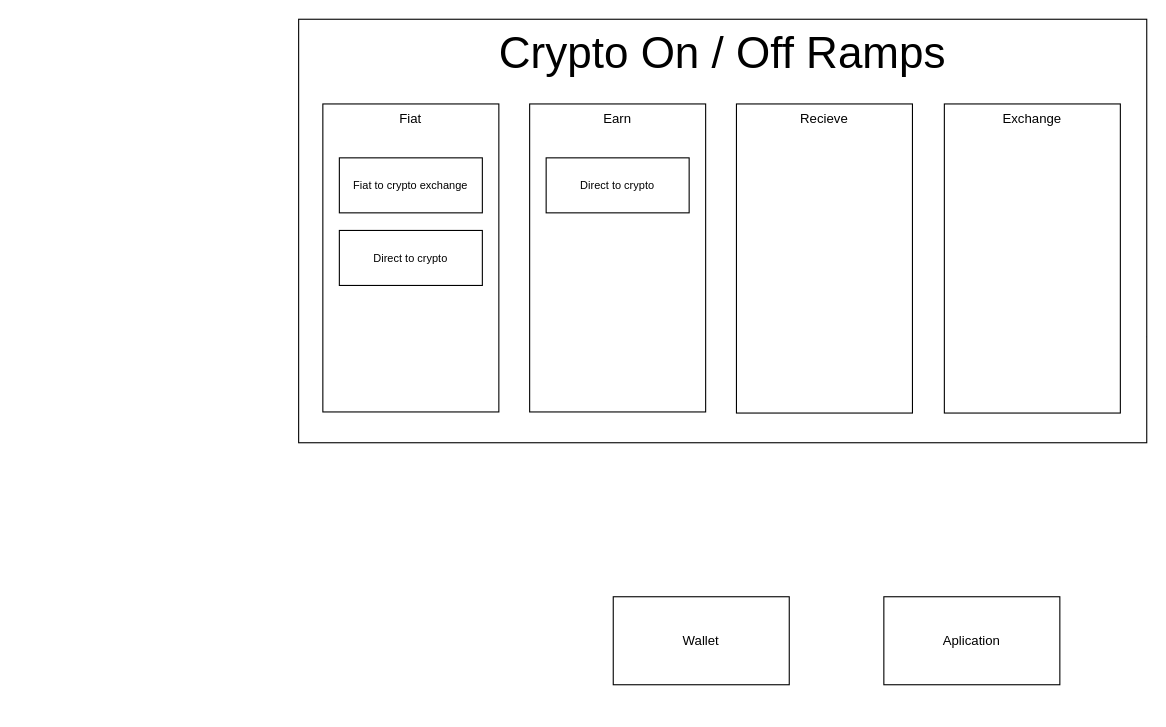
PhoenixGreen/flowcharts keeps this draw.io diagram as Crypto Diagram.drawio. Above is the earlier version. Source tidied: cells renumbered, new cells numbered last; positions are measured from the earlier drawing's top-left corner, leaving out a move shared by most shapes. Both pictures are drawn from the tidied source at 110%, with x=0, y=0 at pixel (298, 19).
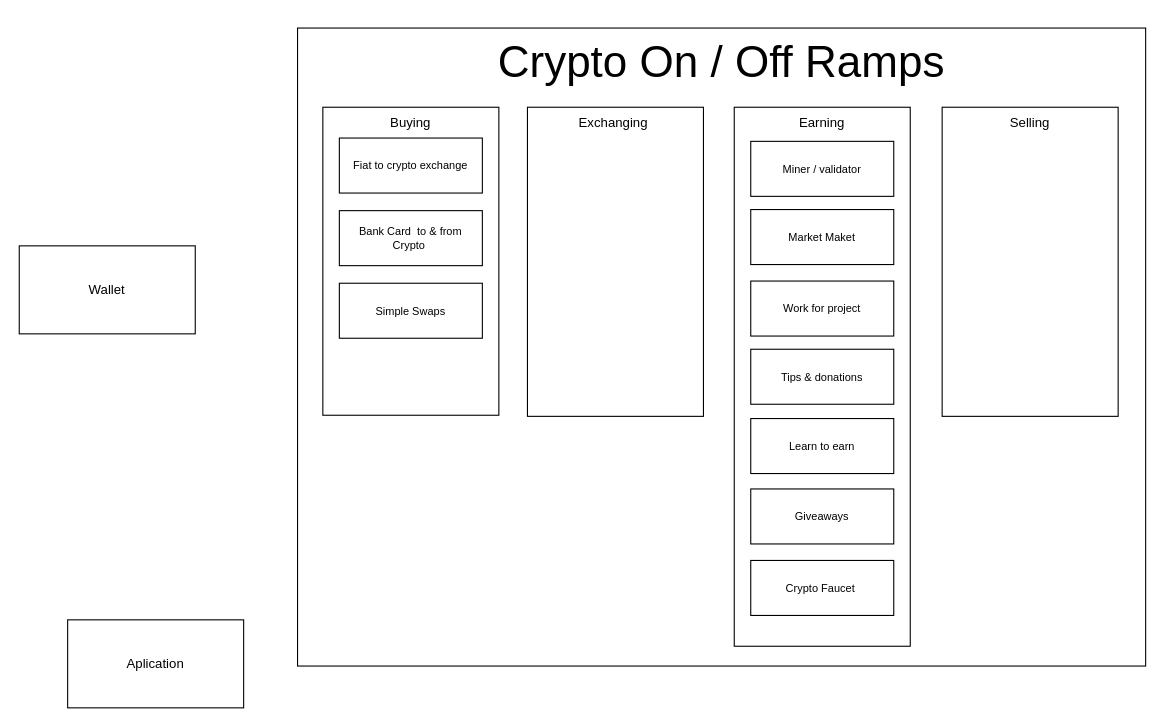
Above is the later version.

Diff of the diagram source:
```diff
@@
     <mxCell id="2" value="Wallet" style="rounded=0;whiteSpace=wrap;html=1;" parent="1" vertex="1">
-      <mxGeometry x="286" y="525" width="160" height="80" as="geometry" />
+      <mxGeometry x="-254" y="206" width="160" height="80" as="geometry" />
     </mxCell>
     <mxCell id="3" value="Aplication" style="rounded=0;whiteSpace=wrap;html=1;" parent="1" vertex="1">
-      <mxGeometry x="532" y="525" width="160" height="80" as="geometry" />
+      <mxGeometry x="-210" y="546" width="160" height="80" as="geometry" />
     </mxCell>
-    <mxCell id="4" style="edgeStyle=none;curved=1;rounded=0;jettySize=auto;html=1;fontSize=12;startSize=8;endSize=8;exitX=1;exitY=0.75;exitDx=0;exitDy=0;endArrow=none;startFill=0;" parent="1" edge="1" source="5" target="8">
-      <mxGeometry relative="1" as="geometry" />
+    <mxCell id="4" style="edgeStyle=none;curved=1;rounded=0;jettySize=auto;html=1;fontSize=12;startSize=8;endSize=8;exitX=1;exitY=0.75;exitDx=0;exitDy=0;endArrow=none;startFill=0;" parent="1" edge="1" source="5">
+      <mxGeometry relative="1" as="geometry">
+        <mxPoint x="554" y="278.4" as="targetPoint" />
+      </mxGeometry>
     </mxCell>
     <mxCell id="5" value="Crypto On / Off Ramps" style="rounded=0;whiteSpace=wrap;html=1;verticalAlign=top;fontSize=40;" parent="1" vertex="1">
-      <mxGeometry width="771" height="385" as="geometry" />
+      <mxGeometry x="-1" y="8" width="771" height="580" as="geometry" />
     </mxCell>
-    <mxCell id="6" value="Fiat" style="rounded=0;whiteSpace=wrap;html=1;verticalAlign=top;" parent="1" vertex="1">
-      <mxGeometry x="22" y="77" width="160" height="280" as="geometry" />
+    <mxCell id="6" value="Buying" style="rounded=0;whiteSpace=wrap;html=1;verticalAlign=top;" parent="1" vertex="1">
+      <mxGeometry x="22" y="80" width="160" height="280" as="geometry" />
     </mxCell>
-    <mxCell id="7" value="Earn" style="rounded=0;whiteSpace=wrap;html=1;verticalAlign=top;" parent="1" vertex="1">
-      <mxGeometry x="210" y="77" width="160" height="280" as="geometry" />
+    <mxCell id="7" value="Earning" style="rounded=0;whiteSpace=wrap;html=1;verticalAlign=top;" parent="1" vertex="1">
+      <mxGeometry x="396" y="80" width="160" height="490" as="geometry" />
     </mxCell>
-    <mxCell id="8" value="Recieve" style="rounded=0;whiteSpace=wrap;html=1;verticalAlign=top;" parent="1" vertex="1">
-      <mxGeometry x="398" y="77" width="160" height="281" as="geometry" />
-    </mxCell>
-    <mxCell id="9" value="Exchange" style="rounded=0;whiteSpace=wrap;html=1;verticalAlign=top;" parent="1" vertex="1">
-      <mxGeometry x="587" y="77" width="160" height="281" as="geometry" />
+    <mxCell id="9" value="Exchanging&amp;nbsp;" style="rounded=0;whiteSpace=wrap;html=1;verticalAlign=top;" parent="1" vertex="1">
+      <mxGeometry x="208" y="80" width="160" height="281" as="geometry" />
     </mxCell>
     <mxCell id="10" value="Fiat to crypto exchange" style="rounded=0;whiteSpace=wrap;html=1;fontSize=10;" parent="1" vertex="1">
-      <mxGeometry x="37" y="126" width="130" height="50" as="geometry" />
+      <mxGeometry x="37" y="108" width="130" height="50" as="geometry" />
     </mxCell>
-    <mxCell id="11" value="Direct to crypto" style="rounded=0;whiteSpace=wrap;html=1;fontSize=10;" parent="1" vertex="1">
-      <mxGeometry x="37" y="192" width="130" height="50" as="geometry" />
+    <mxCell id="11" value="Bank Card &amp;nbsp;to &amp;amp; from Crypto&amp;nbsp;" style="rounded=0;whiteSpace=wrap;html=1;fontSize=10;" parent="1" vertex="1">
+      <mxGeometry x="37" y="174" width="130" height="50" as="geometry" />
     </mxCell>
-    <mxCell id="12" value="Direct to crypto" style="rounded=0;whiteSpace=wrap;html=1;fontSize=10;" parent="1" vertex="1">
-      <mxGeometry x="225" y="126" width="130" height="50" as="geometry" />
+    <mxCell id="12" value="Learn to earn" style="rounded=0;whiteSpace=wrap;html=1;fontSize=10;" parent="1" vertex="1">
+      <mxGeometry x="411" y="363" width="130" height="50" as="geometry" />
     </mxCell>
+    <mxCell id="13" value="Crypto Faucet&amp;nbsp;" style="rounded=0;whiteSpace=wrap;html=1;fontSize=10;" parent="1" vertex="1">
+      <mxGeometry x="411" y="492" width="130" height="50" as="geometry" />
+    </mxCell>
+    <mxCell id="14" value="Giveaways" style="rounded=0;whiteSpace=wrap;html=1;fontSize=10;" parent="1" vertex="1">
+      <mxGeometry x="411" y="427" width="130" height="50" as="geometry" />
+    </mxCell>
+    <mxCell id="15" value="Work for project" style="rounded=0;whiteSpace=wrap;html=1;fontSize=10;" parent="1" vertex="1">
+      <mxGeometry x="411" y="238" width="130" height="50" as="geometry" />
+    </mxCell>
+    <mxCell id="16" value="Market Maket" style="rounded=0;whiteSpace=wrap;html=1;fontSize=10;" parent="1" vertex="1">
+      <mxGeometry x="411" y="173" width="130" height="50" as="geometry" />
+    </mxCell>
+    <mxCell id="17" value="Miner / validator" style="rounded=0;whiteSpace=wrap;html=1;fontSize=10;" parent="1" vertex="1">
+      <mxGeometry x="411" y="111" width="130" height="50" as="geometry" />
+    </mxCell>
+    <mxCell id="18" value="Simple Swaps" style="rounded=0;whiteSpace=wrap;html=1;fontSize=10;" parent="1" vertex="1">
+      <mxGeometry x="37" y="240" width="130" height="50" as="geometry" />
+    </mxCell>
+    <mxCell id="19" value="Tips &amp;amp; donations" style="rounded=0;whiteSpace=wrap;html=1;fontSize=10;" parent="1" vertex="1">
+      <mxGeometry x="411" y="300" width="130" height="50" as="geometry" />
+    </mxCell>
+    <mxCell id="20" value="Selling" style="rounded=0;whiteSpace=wrap;html=1;verticalAlign=top;" parent="1" vertex="1">
+      <mxGeometry x="585" y="80" width="160" height="281" as="geometry" />
+    </mxCell>
```
